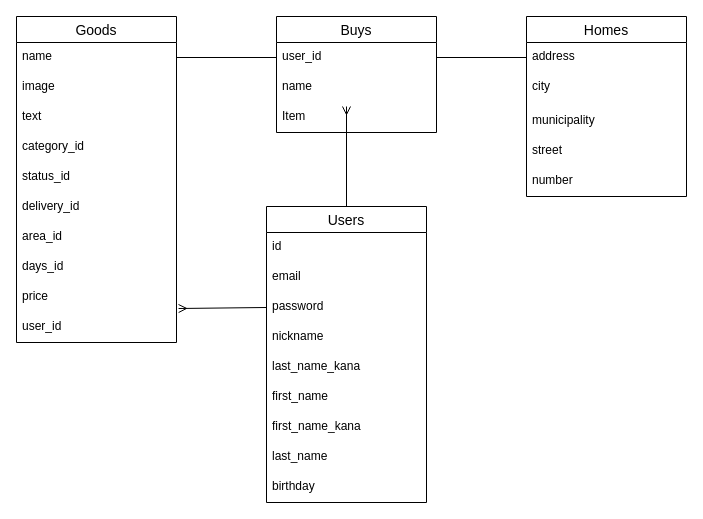
Before: frima.dio in kazuma-0312/furima-32617, a draw.io diagram. Source tidied: cells renumbered, new cells numbered last; positions are measured from the earlier drawing's top-left corner, leaving out a move shared by most shapes. Both pictures are drawn from the tidied source at 100%, with x=0, y=0 at pixel (16, 16).
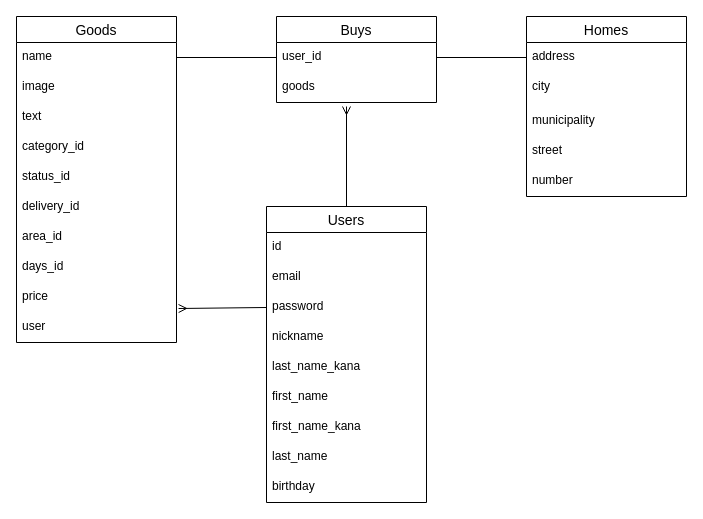
Above is the later version.

The change refers to these unchanged cells:
```xml
<mxCell id="23" value="Goods" style="swimlane;fontStyle=0;horizontal=1;startSize=26;align=center;fontSize=14;" parent="1" vertex="1">
  <mxGeometry width="160" height="326" as="geometry" />
</mxCell>
```

Change to the diagram source:
```diff
@@
     <mxCell id="13" value="Buys" style="swimlane;fontStyle=0;horizontal=1;startSize=26;align=center;fontSize=14;" parent="1" vertex="1">
-      <mxGeometry x="260" width="160" height="116" as="geometry" />
+      <mxGeometry x="260" width="160" height="86" as="geometry" />
     </mxCell>
@@
-    <mxCell id="15" value="name" style="text;strokeColor=none;fillColor=none;spacingLeft=4;spacingRight=4;overflow=hidden;fontSize=12;" parent="13" vertex="1">
-      <mxGeometry y="56" width="160" height="30" as="geometry" />
-    </mxCell>
-    <mxCell id="16" value="Item" style="text;strokeColor=none;fillColor=none;spacingLeft=4;spacingRight=4;overflow=hidden;fontSize=12;" parent="13" vertex="1">
-      <mxGeometry y="86" width="160" height="30" as="geometry" />
+    <mxCell id="16" value="goods" style="text;strokeColor=none;fillColor=none;spacingLeft=4;spacingRight=4;overflow=hidden;fontSize=12;" parent="13" vertex="1">
+      <mxGeometry y="56" width="160" height="30" as="geometry" />
     </mxCell>
@@
-    <mxCell id="33" value="user_id" style="text;strokeColor=none;fillColor=none;spacingLeft=4;spacingRight=4;overflow=hidden;points=[[0,0.5],[1,0.5]];portConstraint=eastwest;fontSize=12;" parent="23" vertex="1">
+    <mxCell id="33" value="user" style="text;strokeColor=none;fillColor=none;spacingLeft=4;spacingRight=4;overflow=hidden;points=[[0,0.5],[1,0.5]];portConstraint=eastwest;fontSize=12;" parent="23" vertex="1">
       <mxGeometry y="296" width="160" height="30" as="geometry" />
     </mxCell>
```
